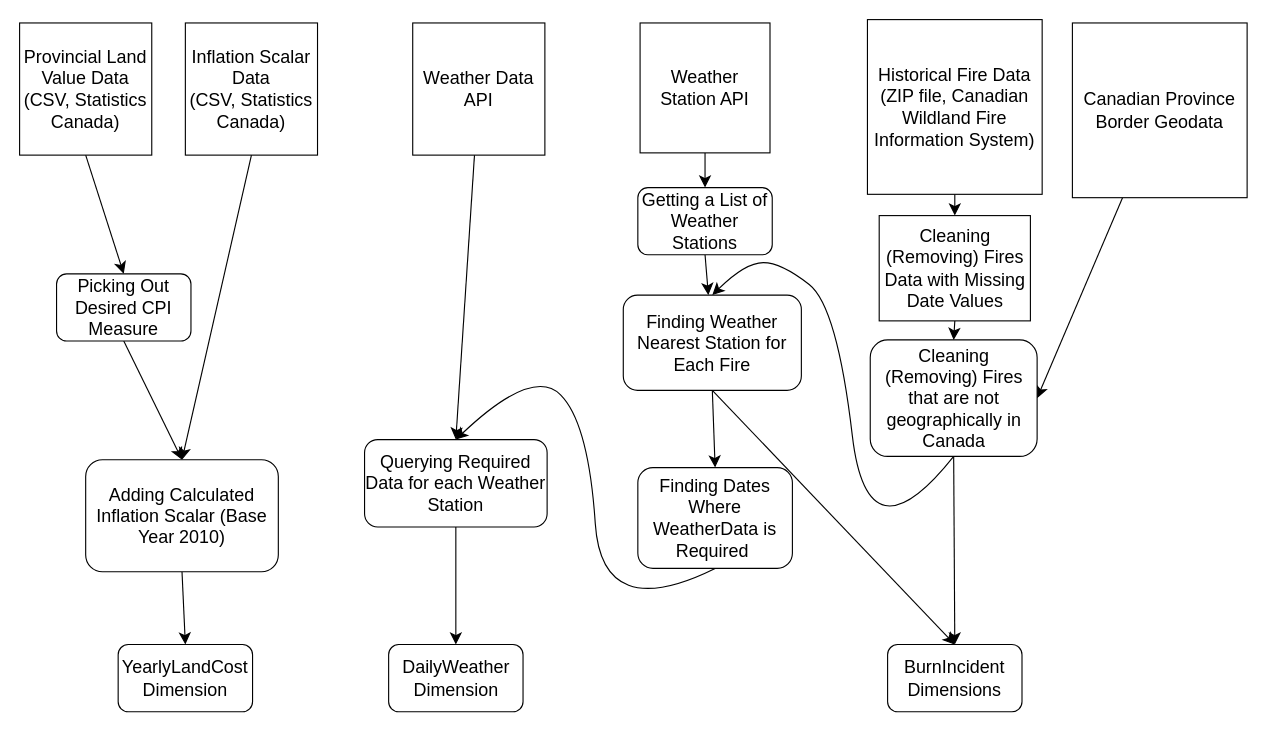
Above: Data Staging/High Level Staging.drawio.xml in jkszan/Data-Science-Term-Project (draw.io), before the change. Source tidied: cells renumbered, new cells numbered last; positions are measured from the earlier drawing's top-left corner, leaving out a move shared by most shapes. Both pictures are drawn from the tidied source at 112%, with x=0, y=0 at pixel (19, 19).
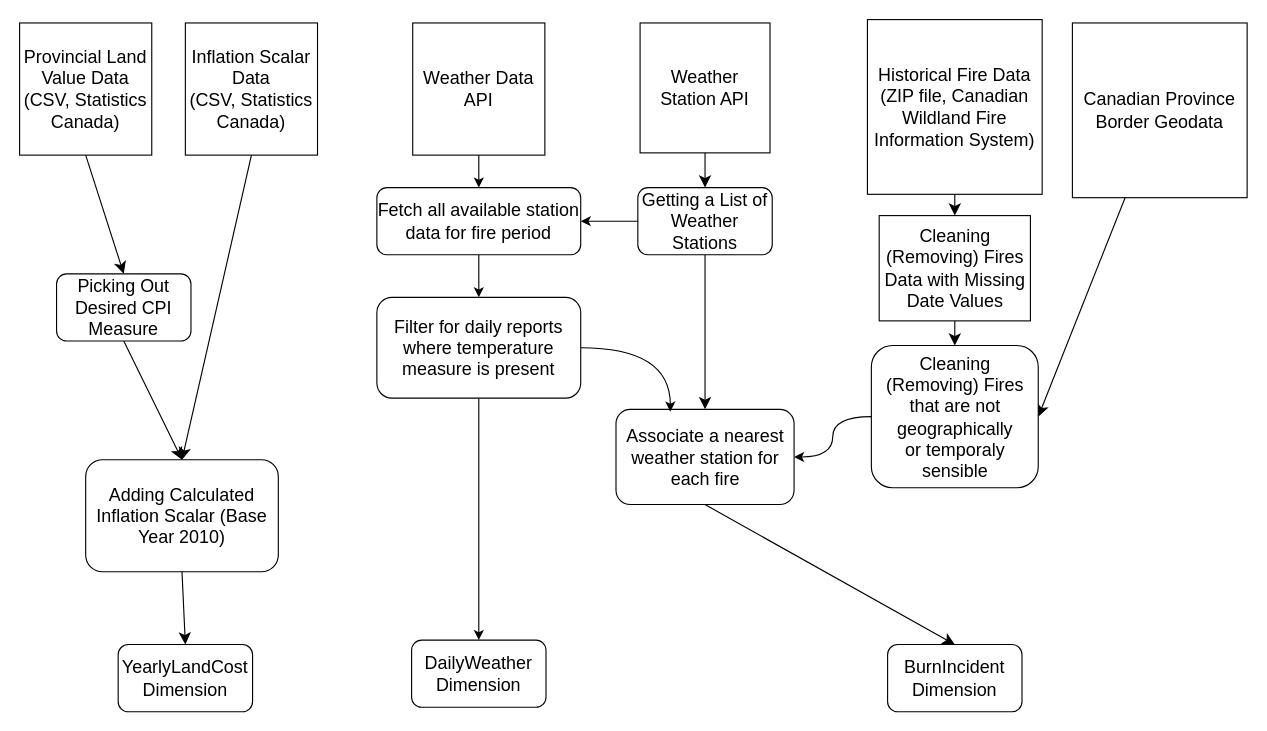
The same page after the edit.

Unchanged cells that the change refers to:
```xml
<mxCell id="5" value="Weather Data API" style="whiteSpace=wrap;html=1;fontSize=16;" parent="1" vertex="1">
  <mxGeometry x="351" y="3" width="118" height="118" as="geometry" />
</mxCell>
<mxCell id="25" value="Getting a List of Weather Stations" style="rounded=1;whiteSpace=wrap;html=1;fontSize=16;" parent="1" vertex="1">
  <mxGeometry x="552" y="150" width="120" height="60" as="geometry" />
</mxCell>
```

Change to the diagram source:
```diff
@@
-    <mxCell id="4" style="edgeStyle=none;curved=1;rounded=0;jettySize=auto;html=1;entryX=0.5;entryY=0;entryDx=0;entryDy=0;fontSize=12;startSize=8;endSize=8;" parent="1" edge="1" source="5" target="27">
-      <mxGeometry relative="1" as="geometry" />
-    </mxCell>
+    <mxCell id="35" style="edgeStyle=orthogonalEdgeStyle;rounded=0;jettySize=auto;html=1;" parent="1" edge="1" source="5" target="38">
+      <mxGeometry relative="1" as="geometry" />
+    </mxCell>
@@
-    <mxCell id="16" style="edgeStyle=none;curved=1;rounded=0;jettySize=auto;html=1;exitX=0.5;exitY=1;exitDx=0;exitDy=0;entryX=0.5;entryY=0;entryDx=0;entryDy=0;fontSize=12;startSize=8;endSize=8;" parent="1" edge="1" source="17" target="18">
-      <mxGeometry relative="1" as="geometry" />
-    </mxCell>
+    <mxCell id="33" style="edgeStyle=orthogonalEdgeStyle;curved=1;rounded=0;jettySize=auto;html=1;entryX=1;entryY=0.5;entryDx=0;entryDy=0;" parent="1" edge="1" source="17" target="31">
+      <mxGeometry relative="1" as="geometry" />
+    </mxCell>
-    <mxCell id="17" value="Cleaning (Removing) Fires that are not geographically in Canada" style="rounded=1;whiteSpace=wrap;html=1;fontSize=16;" parent="1" vertex="1">
-      <mxGeometry x="759.5" y="286" width="149" height="104" as="geometry" />
+    <mxCell id="17" value="Cleaning (Removing) Fires that are not geographically&lt;br&gt;or temporaly sensible" style="rounded=1;whiteSpace=wrap;html=1;fontSize=16;" parent="1" vertex="1">
+      <mxGeometry x="760.5" y="291" width="149" height="127" as="geometry" />
     </mxCell>
-    <mxCell id="18" value="BurnIncident Dimensions" style="rounded=1;whiteSpace=wrap;html=1;fontSize=16;" parent="1" vertex="1">
+    <mxCell id="18" value="BurnIncident Dimension" style="rounded=1;whiteSpace=wrap;html=1;fontSize=16;" parent="1" vertex="1">
       <mxGeometry x="775" y="558" width="120" height="60" as="geometry" />
     </mxCell>
@@
+    <mxCell id="36" style="edgeStyle=orthogonalEdgeStyle;rounded=0;jettySize=auto;html=1;" parent="1" edge="1" source="25" target="38">
+      <mxGeometry relative="1" as="geometry" />
+    </mxCell>
@@
-    <mxCell id="26" style="edgeStyle=none;curved=1;rounded=0;jettySize=auto;html=1;exitX=0.5;exitY=1;exitDx=0;exitDy=0;entryX=0.5;entryY=0;entryDx=0;entryDy=0;fontSize=12;startSize=8;endSize=8;" parent="1" edge="1" source="27" target="28">
-      <mxGeometry relative="1" as="geometry" />
-    </mxCell>
-    <mxCell id="27" value="Querying Required Data for each Weather Station" style="rounded=1;whiteSpace=wrap;html=1;fontSize=16;" parent="1" vertex="1">
-      <mxGeometry x="308" y="375" width="163" height="78" as="geometry" />
-    </mxCell>
     <mxCell id="28" value="DailyWeather Dimension" style="rounded=1;whiteSpace=wrap;html=1;fontSize=16;" parent="1" vertex="1">
-      <mxGeometry x="329.5" y="558" width="120" height="60" as="geometry" />
+      <mxGeometry x="350" y="554" width="120" height="60" as="geometry" />
     </mxCell>
-    <mxCell id="29" style="edgeStyle=none;curved=1;rounded=0;jettySize=auto;html=1;exitX=0.5;exitY=1;exitDx=0;exitDy=0;fontSize=12;startSize=8;endSize=8;entryX=0.5;entryY=0;entryDx=0;entryDy=0;" parent="1" edge="1" source="31" target="32">
-      <mxGeometry relative="1" as="geometry" />
+    <mxCell id="29" style="edgeStyle=none;curved=1;rounded=0;jettySize=auto;html=1;exitX=0.5;exitY=1;exitDx=0;exitDy=0;fontSize=12;startSize=8;endSize=8;entryX=0.5;entryY=0;entryDx=0;entryDy=0;" parent="1" edge="1" source="31">
+      <mxGeometry relative="1" as="geometry">
+        <mxPoint x="621" y="400" as="targetPoint" />
+      </mxGeometry>
     </mxCell>
@@
-    <mxCell id="31" value="Finding Weather Nearest Station for Each Fire" style="rounded=1;whiteSpace=wrap;html=1;fontSize=16;" parent="1" vertex="1">
-      <mxGeometry x="539" y="246" width="159" height="85" as="geometry" />
+    <mxCell id="31" value="Associate a nearest weather station for each fire" style="rounded=1;whiteSpace=wrap;html=1;fontSize=16;" parent="1" vertex="1">
+      <mxGeometry x="532.5" y="348" width="159" height="85" as="geometry" />
     </mxCell>
-    <mxCell id="32" value="Finding Dates Where WeatherData is Required&amp;nbsp;" style="rounded=1;whiteSpace=wrap;html=1;fontSize=16;" parent="1" vertex="1">
-      <mxGeometry x="552" y="400" width="138" height="90" as="geometry" />
-    </mxCell>
-    <mxCell id="33" style="curved=1;endArrow=classic;html=1;rounded=0;fontSize=12;startSize=8;endSize=8;entryX=0.5;entryY=0;entryDx=0;entryDy=0;exitX=0.5;exitY=1;exitDx=0;exitDy=0;" parent="1" edge="1" source="17" target="31">
-      <mxGeometry relative="1" as="geometry">
-        <Array as="points">
-          <mxPoint x="757" y="487" />
-          <mxPoint x="730" y="256" />
-          <mxPoint x="680" y="217" />
-          <mxPoint x="648" y="217" />
-        </Array>
-      </mxGeometry>
-    </mxCell>
-    <mxCell id="34" style="curved=1;endArrow=classic;html=1;rounded=0;fontSize=12;startSize=8;endSize=8;entryX=0.5;entryY=0;entryDx=0;entryDy=0;exitX=0.5;exitY=1;exitDx=0;exitDy=0;" parent="1" edge="1" source="32" target="27">
-      <mxGeometry relative="1" as="geometry">
-        <Array as="points">
-          <mxPoint x="520" y="540" />
-          <mxPoint x="508" y="360" />
-          <mxPoint x="458" y="310" />
-        </Array>
-      </mxGeometry>
-    </mxCell>
+    <mxCell id="37" style="edgeStyle=orthogonalEdgeStyle;rounded=0;jettySize=auto;html=1;" parent="1" edge="1" source="38" target="41">
+      <mxGeometry relative="1" as="geometry" />
+    </mxCell>
+    <mxCell id="38" value="Fetch all available station data for fire period" style="rounded=1;whiteSpace=wrap;html=1;fontSize=16;" parent="1" vertex="1">
+      <mxGeometry x="319" y="150" width="182" height="60" as="geometry" />
+    </mxCell>
+    <mxCell id="39" style="edgeStyle=orthogonalEdgeStyle;curved=1;rounded=0;jettySize=auto;html=1;entryX=0.305;entryY=0.024;entryDx=0;entryDy=0;entryPerimeter=0;" parent="1" edge="1" source="41" target="31">
+      <mxGeometry relative="1" as="geometry" />
+    </mxCell>
+    <mxCell id="40" style="edgeStyle=orthogonalEdgeStyle;curved=1;rounded=0;jettySize=auto;html=1;entryX=0.5;entryY=0;entryDx=0;entryDy=0;" parent="1" edge="1" source="41" target="28">
+      <mxGeometry relative="1" as="geometry" />
+    </mxCell>
+    <mxCell id="41" value="Filter for daily reports where temperature&lt;br&gt;measure is present" style="rounded=1;whiteSpace=wrap;html=1;fontSize=16;" parent="1" vertex="1">
+      <mxGeometry x="319" y="248" width="182" height="90" as="geometry" />
+    </mxCell>
```
